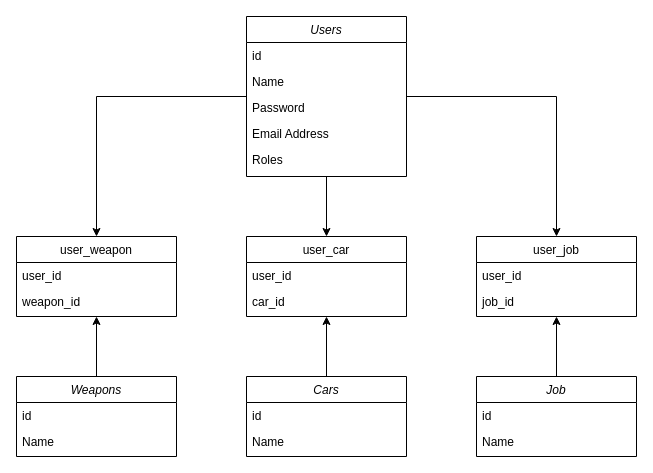
This is uml.drawio from instarZz/newnamerp, a draw.io file, before an edit. Source tidied: cells renumbered, new cells numbered last; positions are measured from the earlier drawing's top-left corner, leaving out a move shared by most shapes. Both pictures are drawn from the tidied source at 100%, with x=0, y=0 at pixel (16, 16).
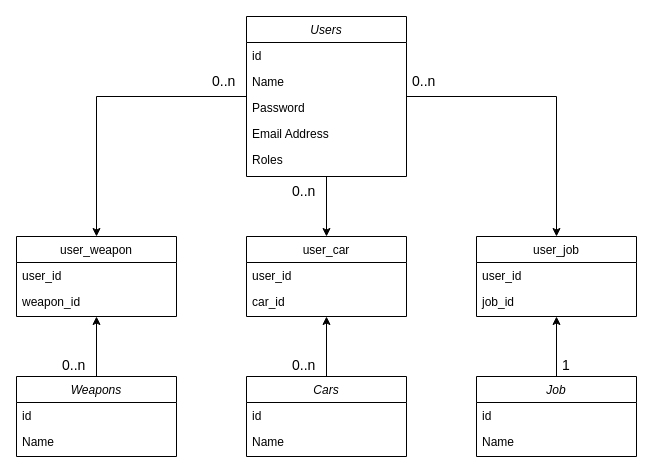
Above is the later version.

Diff of the diagram source:
```diff
@@
+    <mxCell id="32" value="0..n" style="text;align=left;verticalAlign=top;spacingLeft=4;spacingRight=4;overflow=hidden;fontSize=14;" parent="1" vertex="1">
+      <mxGeometry x="190" y="50" width="40" height="26" as="geometry" />
+    </mxCell>
+    <mxCell id="33" value="0..n" style="text;align=left;verticalAlign=top;spacingLeft=4;spacingRight=4;overflow=hidden;fontSize=14;" parent="1" vertex="1">
+      <mxGeometry x="40" y="334" width="40" height="26" as="geometry" />
+    </mxCell>
+    <mxCell id="34" value="0..n" style="text;align=left;verticalAlign=top;spacingLeft=4;spacingRight=4;overflow=hidden;fontSize=14;" parent="1" vertex="1">
+      <mxGeometry x="270" y="334" width="40" height="26" as="geometry" />
+    </mxCell>
+    <mxCell id="35" value="0..n" style="text;align=left;verticalAlign=top;spacingLeft=4;spacingRight=4;overflow=hidden;fontSize=14;" parent="1" vertex="1">
+      <mxGeometry x="270" y="160" width="40" height="26" as="geometry" />
+    </mxCell>
+    <mxCell id="36" value="0..n" style="text;align=left;verticalAlign=top;spacingLeft=4;spacingRight=4;overflow=hidden;fontSize=14;" parent="1" vertex="1">
+      <mxGeometry x="390" y="50" width="40" height="26" as="geometry" />
+    </mxCell>
+    <mxCell id="37" value="1" style="text;align=left;verticalAlign=top;spacingLeft=4;spacingRight=4;overflow=hidden;fontSize=14;" parent="1" vertex="1">
+      <mxGeometry x="540" y="334" width="40" height="26" as="geometry" />
+    </mxCell>
```
